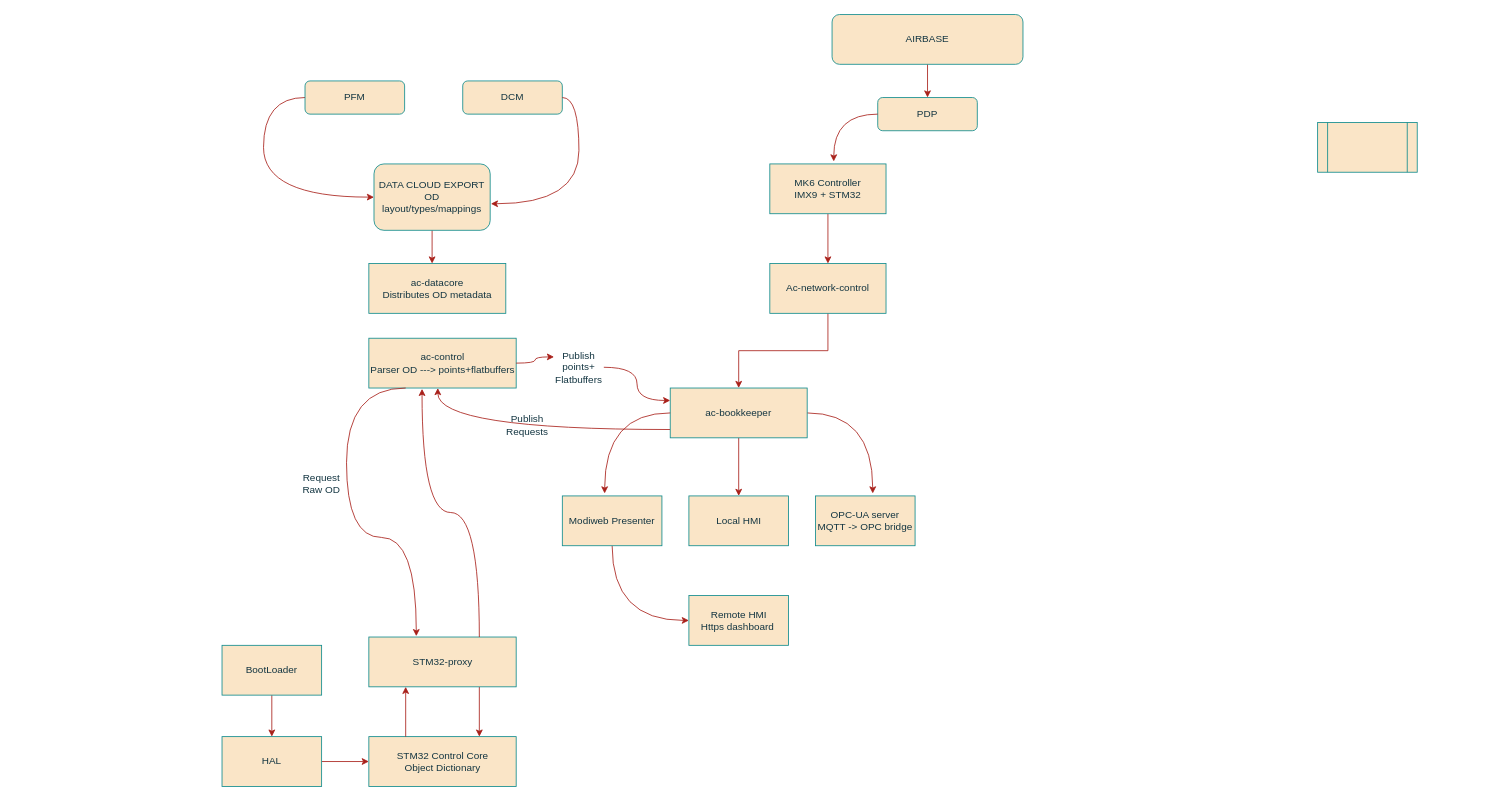
This is page "Page-13" (9 of 10) of Untitled Diagram.drawio from sreelakshmilingamgunta/Azure-Devops, a draw.io file, before an edit. Source tidied: cells renumbered, new cells numbered last; positions are measured from the earlier drawing's top-left corner, leaving out a move shared by most shapes. Both pictures are drawn from the tidied source at 83%, with x=0, y=0 at pixel (222, 14).
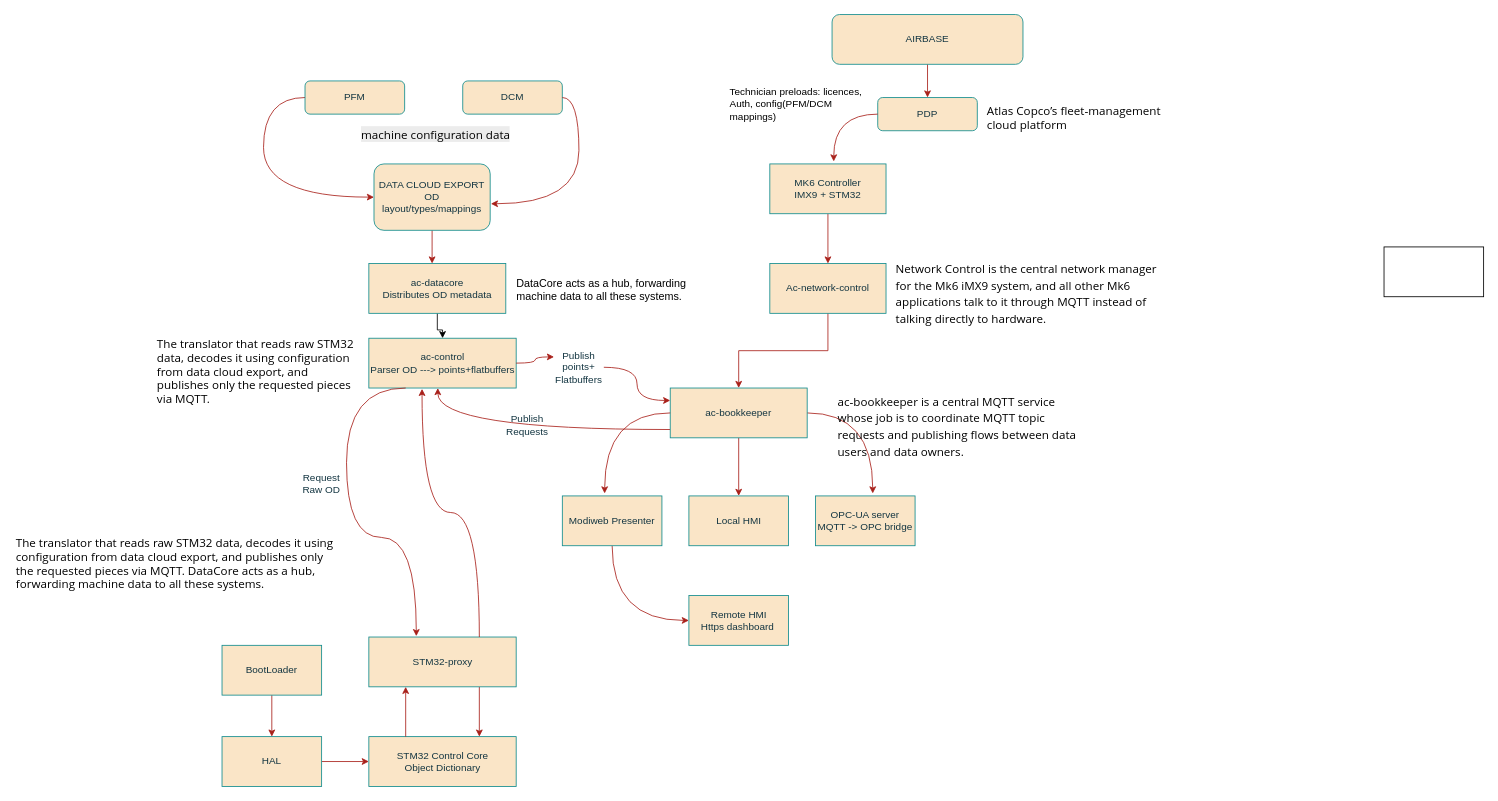
After the change.

The change refers to these unchanged cells:
```xml
<mxCell id="12" value="ac-control&lt;br&gt;Parser OD ---&amp;gt; points+flatbuffers" style="rounded=0;whiteSpace=wrap;html=1;labelBackgroundColor=none;fillColor=#FAE5C7;strokeColor=#0F8B8D;fontColor=#143642;" parent="1" vertex="1">
  <mxGeometry x="176.9" y="390" width="177.5" height="60" as="geometry" />
</mxCell>
<mxCell id="22" value="ac-datacore&lt;br&gt;Distributes OD metadata" style="rounded=0;whiteSpace=wrap;html=1;labelBackgroundColor=none;fillColor=#FAE5C7;strokeColor=#0F8B8D;fontColor=#143642;" parent="1" vertex="1">
  <mxGeometry x="176.9" y="300" width="165" height="60" as="geometry" />
</mxCell>
```

Diff of the diagram source:
```diff
@@
+    <mxCell id="44" style="edgeStyle=orthogonalEdgeStyle;rounded=0;jettySize=auto;html=1;" parent="1" edge="1" source="22" target="12">
+      <mxGeometry relative="1" as="geometry" />
+    </mxCell>
@@
-    <mxCell id="30" style="shape=process;whiteSpace=wrap;html=1;backgroundOutline=1;labelBackgroundColor=none;fillColor=#FAE5C7;strokeColor=#0F8B8D;fontColor=#143642;" parent="1" vertex="1">
-      <mxGeometry x="1320" y="130" width="120" height="60" as="geometry" />
-    </mxCell>
@@
+    <mxCell id="45" value="&lt;p&gt;&lt;font face=&quot;Segoe UI&quot;&gt;&lt;span style=&quot;font-size: 14px;&quot;&gt;Atlas Copco’s fleet‑management cloud platform&lt;/span&gt;&lt;/font&gt;&lt;/p&gt;" style="text;whiteSpace=wrap;html=1;" parent="1" vertex="1">
+      <mxGeometry x="920" y="90" width="230" height="60" as="geometry" />
+    </mxCell>
+    <mxCell id="46" style="rounded=0;whiteSpace=wrap;html=1;" parent="1" vertex="1">
+      <mxGeometry x="1400" y="280" width="120" height="60" as="geometry" />
+    </mxCell>
+    <mxCell id="47" value="Technician preloads: licences, Auth, config(PFM/DCM mappings) " style="text;whiteSpace=wrap;" parent="1" vertex="1">
+      <mxGeometry x="610" y="80" width="170" height="40" as="geometry" />
+    </mxCell>
+    <mxCell id="48" value="DataCore acts as a hub, forwarding machine data to all these systems. " style="text;whiteSpace=wrap;horizontal=1;fontSize=13;fontStyle=0;" parent="1" vertex="1">
+      <mxGeometry x="352.5" y="310" width="210" height="60" as="geometry" />
+    </mxCell>
+    <mxCell id="49" value="&lt;p&gt;&lt;span style=&quot;font-family: &amp;quot;Segoe UI&amp;quot;; font-size: 14px;&quot;&gt;The translator that reads raw STM32 data, decodes it using configuration from data cloud export, and publishes only the requested pieces via MQTT.&lt;/span&gt;&lt;/p&gt;" style="text;whiteSpace=wrap;html=1;" parent="1" vertex="1">
+      <mxGeometry x="-80" y="370" width="240" height="80" as="geometry" />
+    </mxCell>
+    <mxCell id="50" value="&lt;div style=&quot;font-family:'Segoe UI';font-size:14px;font-style:normal;font-weight:400;line-height:20px&quot;&gt;Network Control is the central network manager for the Mk6 iMX9 system, and all other Mk6 applications talk to it through MQTT instead of talking directly to hardware.&lt;/div&gt;" style="text;whiteSpace=wrap;html=1;" parent="1" vertex="1">
+      <mxGeometry x="810" y="290" width="330" height="80" as="geometry" />
+    </mxCell>
+    <mxCell id="51" value="&lt;div style=&quot;font-family:'Segoe UI';font-size:14px;font-style:normal;font-weight:400;line-height:20px&quot;&gt;ac‑bookkeeper is a central MQTT service whose job is to coordinate MQTT topic requests and publishing flows between data users and data owners.&lt;/div&gt;" style="text;whiteSpace=wrap;html=1;" parent="1" vertex="1">
+      <mxGeometry x="740" y="450" width="310" height="80" as="geometry" />
+    </mxCell>
+    <mxCell id="52" value="&lt;span style=&quot;color: rgb(0, 0, 0); font-family: &amp;quot;Segoe UI&amp;quot;; font-size: 14px; font-style: normal; font-variant-ligatures: normal; font-variant-caps: normal; font-weight: 400; letter-spacing: normal; orphans: 2; text-align: left; text-indent: 0px; text-transform: none; widows: 2; word-spacing: 0px; -webkit-text-stroke-width: 0px; white-space: normal; background-color: rgb(236, 236, 236); text-decoration-thickness: initial; text-decoration-style: initial; text-decoration-color: initial; display: inline !important; float: none;&quot;&gt;machine configuration data&lt;/span&gt;" style="text;whiteSpace=wrap;html=1;" parent="1" vertex="1">
+      <mxGeometry x="165.6" y="130" width="200" height="40" as="geometry" />
+    </mxCell>
+    <mxCell id="53" value="&lt;p&gt;&lt;span style=&quot;font-family: &amp;quot;Segoe UI&amp;quot;; font-size: 14px;&quot;&gt;The translator that reads raw STM32 data, decodes it using configuration from data cloud export, and publishes only the requested pieces via MQTT.&amp;nbsp;&lt;/span&gt;&lt;span style=&quot;background-color: transparent; font-size: 14px;&quot;&gt;&lt;font face=&quot;Segoe UI&quot;&gt;DataCore acts as a hub, forwarding machine data to all these systems.&lt;/font&gt;&lt;/span&gt;&lt;span style=&quot;font-family: &amp;quot;Segoe UI&amp;quot;; font-size: 14px; background-color: transparent; color: light-dark(rgb(0, 0, 0), rgb(255, 255, 255));&quot;&gt;&amp;nbsp;&lt;/span&gt;&lt;/p&gt;" style="text;whiteSpace=wrap;html=1;" parent="1" vertex="1">
+      <mxGeometry x="-250" y="610" width="390" height="80" as="geometry" />
+    </mxCell>
```
